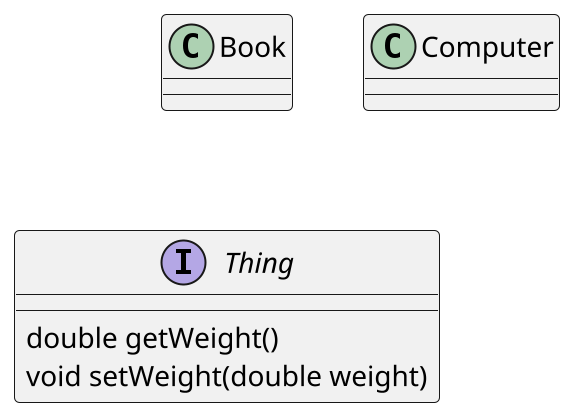
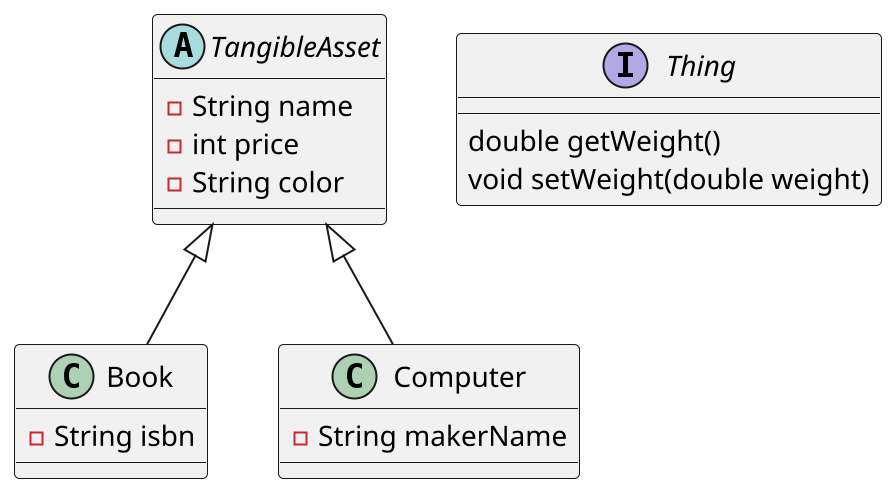
@startuml
'https://plantuml.com/class-diagram

scale 2

- class Book
- class Computer
+ class Book extends TangibleAsset {
+     -String isbn
+ }
+ 
+ class Computer extends TangibleAsset  {
+    -String makerName
+ }
+ 
+ abstract class TangibleAsset {
+     -String name
+     -int price
+     -String color
+ }

interface Thing {
    double getWeight()
    void setWeight(double weight)
}

@enduml